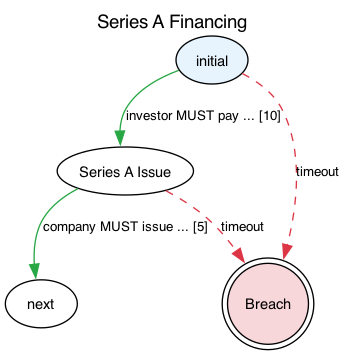
Before: jl4/examples/state-graphs/SeriesAFinancing.png, a diagram exported from Graphviz (legalese/l4-ide). Its source is kept beside it as jl4/examples/state-graphs/SeriesAFinancing.dot.
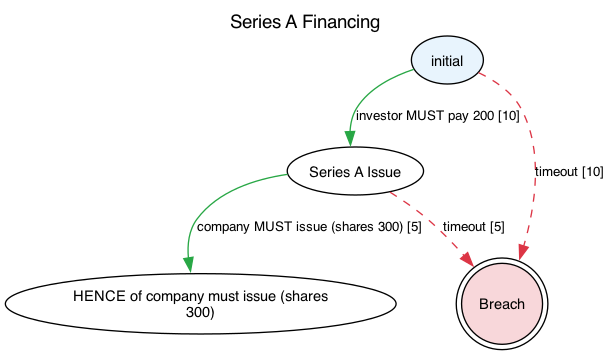
After the commit.

Change to the diagram source:
```diff
@@ -18,7 +18,7 @@
       ,style=filled
       ,shape=ellipse
       ,fillcolor="#ffffff"];
-    2 [label=next
+    2 [label="HENCE of company must issue (shares\n300)"
       ,fillcolor=white
       ,style=filled
       ,shape=ellipse
@@ -28,16 +28,16 @@
       ,style=filled
       ,shape=doublecircle
       ,fillcolor="#f8d7da"];
-    0 -> 1 [label="investor MUST pay ... [10]"
+    0 -> 1 [label="investor MUST pay 200 [10]"
            ,color="#28a745"
            ,style=solid];
-    0 -> 3 [label=timeout
+    0 -> 3 [label="timeout [10]"
            ,color="#dc3545"
            ,style=dashed];
-    1 -> 2 [label="company MUST issue ... [5]"
+    1 -> 2 [label="company MUST issue (shares 300) [5]"
            ,color="#28a745"
            ,style=solid];
-    1 -> 3 [label=timeout
+    1 -> 3 [label="timeout [5]"
            ,color="#dc3545"
            ,style=dashed];
 }
```
